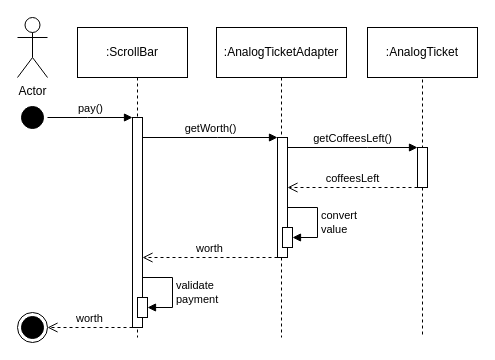
The draw.io diagram page "Side-2" (2 of 2) of Experiment2/img/UML-diagrams.drawio in TheisHS/Thesis, before the edit. Source tidied: cells renumbered, new cells numbered last; positions are measured from the earlier drawing's top-left corner, leaving out a move shared by most shapes. Both pictures are drawn from the tidied source at 100%, with x=0, y=0 at pixel (17, 17).
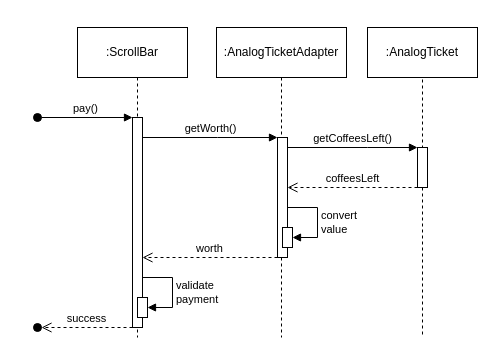
The same diagram, later.

Unchanged cells that the change refers to:
```xml
<mxCell id="8" style="html=1;points=[[0,0,0,0,5],[0,1,0,0,-5],[1,0,0,0,5],[1,1,0,0,-5]];perimeter=orthogonalPerimeter;outlineConnect=0;targetShapes=umlLifeline;portConstraint=eastwest;newEdgeStyle={&quot;curved&quot;:0,&quot;rounded&quot;:0};hachureGap=4;fontFamily=Helvetica;strokeColor=#000000;" parent="7" vertex="1">
  <mxGeometry x="15" y="80" width="10" height="210" as="geometry" />
</mxCell>
```

What changed in the source:
```diff
@@
-    <mxCell id="13" value="Actor" style="shape=umlActor;verticalLabelPosition=bottom;verticalAlign=top;html=1;hachureGap=4;fontFamily=Helvetica;strokeColor=#000000;" parent="1" vertex="1">
-      <mxGeometry width="30" height="60" as="geometry" />
-    </mxCell>
-    <mxCell id="14" value="pay()" style="html=1;verticalAlign=bottom;endArrow=block;curved=0;rounded=0;hachureGap=4;fontFamily=Helvetica;strokeColor=#000000;" parent="1" edge="1" source="20" target="8">
-      <mxGeometry x="0.01" relative="1" as="geometry">
-        <Array as="points">
-          <mxPoint x="70" y="100" />
-        </Array>
-      </mxGeometry>
-    </mxCell>
-    <mxCell id="15" style="ellipse;html=1;shape=endState;fillColor=#000000;strokeColor=#000000;hachureGap=4;fontFamily=Helvetica;fontColor=#333333;" parent="1" vertex="1">
-      <mxGeometry y="295" width="30" height="30" as="geometry" />
-    </mxCell>
@@
-    <mxCell id="20" style="ellipse;html=1;shape=startState;hachureGap=4;fontFamily=Helvetica;fillColor=#000000;fontColor=#333333;strokeColor=#000000;" parent="1" vertex="1">
-      <mxGeometry y="85" width="30" height="30" as="geometry" />
-    </mxCell>
@@
-    <mxCell id="23" value="worth" style="html=1;verticalAlign=bottom;endArrow=open;dashed=1;endSize=8;rounded=0;hachureGap=4;fontFamily=Helvetica;strokeColor=#000000;" parent="1" edge="1" target="15">
-      <mxGeometry relative="1" as="geometry">
-        <mxPoint x="115" y="310" as="sourcePoint" />
-        <Array as="points">
-          <mxPoint x="40" y="310" />
-        </Array>
-      </mxGeometry>
-    </mxCell>
+    <mxCell id="14" value="pay()" style="html=1;verticalAlign=bottom;startArrow=oval;startFill=1;endArrow=block;startSize=8;curved=0;rounded=0;" parent="1" edge="1">
+      <mxGeometry relative="1" as="geometry">
+        <mxPoint x="20" y="100" as="sourcePoint" />
+        <mxPoint x="115" y="100" as="targetPoint" />
+      </mxGeometry>
+    </mxCell>
+    <mxCell id="24" value="success" style="html=1;verticalAlign=bottom;endArrow=open;dashed=1;endSize=8;curved=0;rounded=0;entryX=1;entryY=0.5;entryDx=0;entryDy=0;" parent="1" edge="1" target="25">
+      <mxGeometry relative="1" as="geometry">
+        <mxPoint x="115" y="310" as="sourcePoint" />
+      </mxGeometry>
+    </mxCell>
+    <mxCell id="25" style="ellipse;whiteSpace=wrap;html=1;fillColor=#000000;" parent="1" vertex="1">
+      <mxGeometry x="16" y="306" width="8" height="8" as="geometry" />
+    </mxCell>
```
